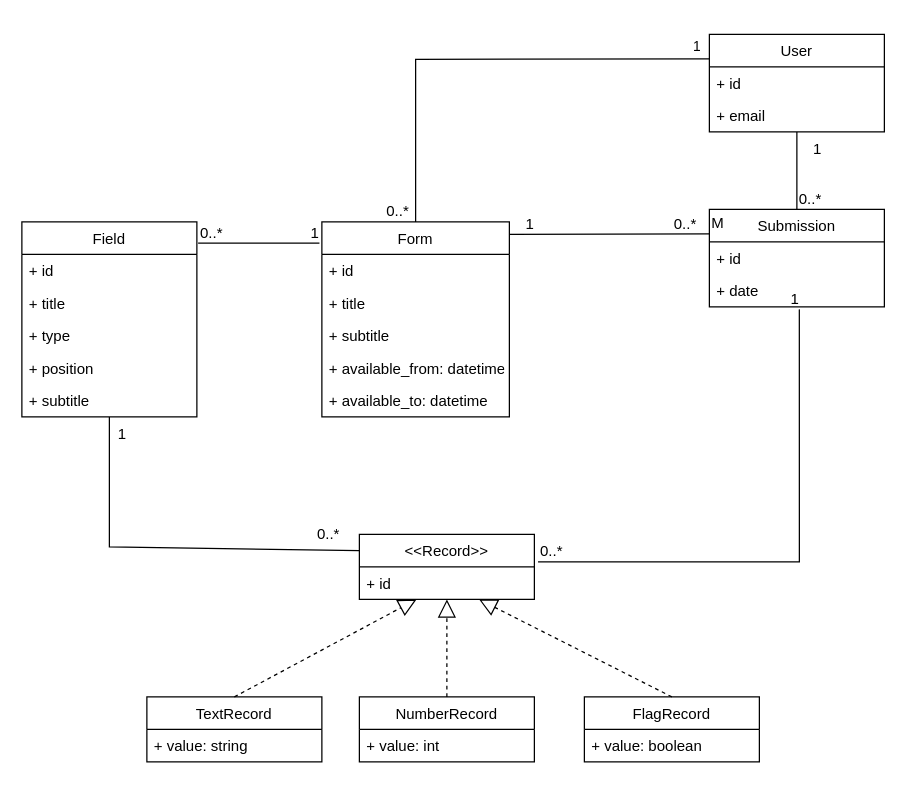
TeamUUUU/iris-course keeps this draw.io diagram as iris.drawio. Above is the earlier version. Source tidied: cells renumbered, new cells numbered last; positions are measured from the earlier drawing's top-left corner, leaving out a move shared by most shapes. Both pictures are drawn from the tidied source at 125%, with x=0, y=0 at pixel (21, 34).
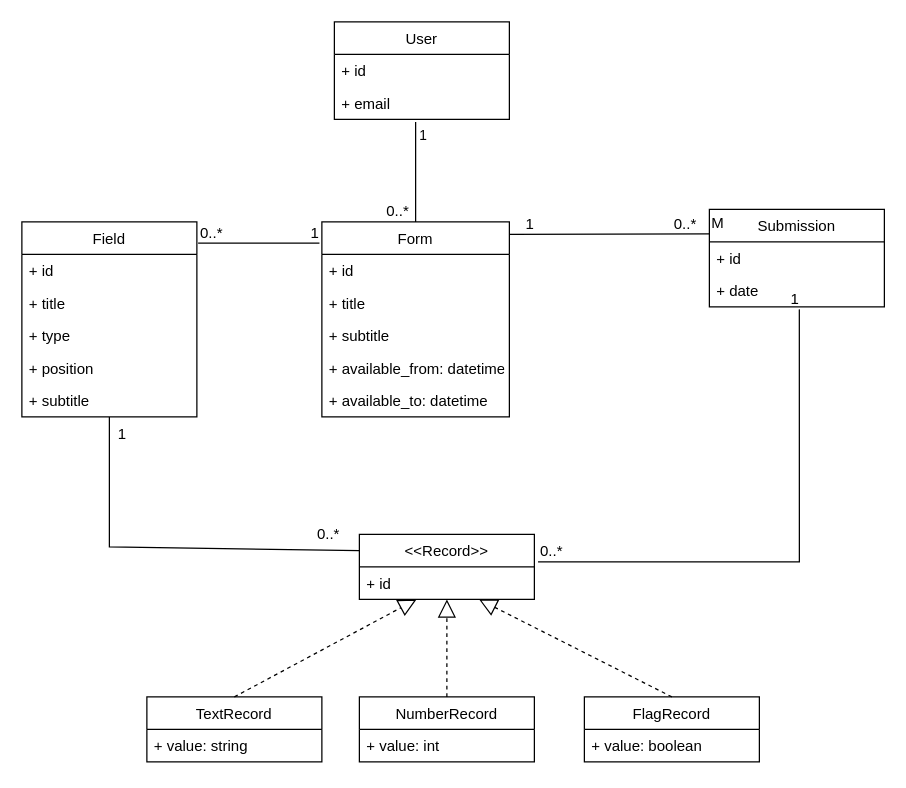
The same page after the edit.

Commit message:
remove dependency between client and submission

Unchanged cells that the change refers to:
```xml
<mxCell id="2" value="Form" style="swimlane;fontStyle=0;horizontal=1;startSize=26;fillColor=none;" parent="1" vertex="1">
  <mxGeometry x="240" y="150" width="150" height="156" as="geometry" />
</mxCell>
<mxCell id="10" value="+ email" style="text;strokeColor=none;fillColor=none;align=left;verticalAlign=top;spacingLeft=4;spacingRight=4;overflow=hidden;points=[[0,0.5],[1,0.5]];portConstraint=eastwest;" parent="8" vertex="1">
  <mxGeometry y="52" width="140" height="26" as="geometry" />
</mxCell>
<mxCell id="28" value="Submission" style="swimlane;fontStyle=0;horizontal=1;startSize=26;fillColor=none;" parent="1" vertex="1">
  <mxGeometry x="550" y="140" width="140" height="78" as="geometry" />
</mxCell>
```

What changed in the source:
```diff
@@
     <mxCell id="8" value="User" style="swimlane;fontStyle=0;horizontal=1;startSize=26;fillColor=none;" parent="1" vertex="1">
-      <mxGeometry x="550" width="140" height="78" as="geometry" />
+      <mxGeometry x="250" y="-10" width="140" height="78" as="geometry" />
     </mxCell>
@@
-    <mxCell id="37" style="endArrow=none;html=1;rounded=0;exitX=0.5;exitY=0;exitDx=0;exitDy=0;" parent="1" edge="1" source="28" target="10">
-      <mxGeometry relative="1" as="geometry" />
-    </mxCell>
-    <mxCell id="38" value="0..*" style="html=1;align=left;verticalAlign=bottom;" parent="37" vertex="1">
-      <mxGeometry x="-1" relative="1" as="geometry" />
-    </mxCell>
-    <mxCell id="39" value="1" style="html=1;align=right;verticalAlign=bottom;" parent="37" vertex="1">
-      <mxGeometry x="1" relative="1" as="geometry">
-        <mxPoint x="20" y="22" as="offset" />
-      </mxGeometry>
-    </mxCell>
@@
-    <mxCell id="47" style="endArrow=none;html=1;rounded=0;exitX=0;exitY=0.25;exitDx=0;exitDy=0;entryX=0.5;entryY=0;entryDx=0;entryDy=0;" parent="1" edge="1" source="8" target="2">
+    <mxCell id="47" style="endArrow=none;html=1;rounded=0;entryX=0.5;entryY=0;entryDx=0;entryDy=0;" parent="1" edge="1" target="2">
       <mxGeometry relative="1" as="geometry">
-        <Array as="points">
-          <mxPoint x="315" y="20" />
-        </Array>
+        <mxPoint x="315" y="70" as="sourcePoint" />
       </mxGeometry>
     </mxCell>
@@
     <mxCell id="49" value="1" style="edgeLabel;html=1;align=center;verticalAlign=middle;" parent="47" vertex="1">
       <mxGeometry x="-0.79" y="-2" relative="1" as="geometry">
-        <mxPoint x="28" y="-7.6" as="offset" />
+        <mxPoint x="7" y="2" as="offset" />
       </mxGeometry>
     </mxCell>
```
